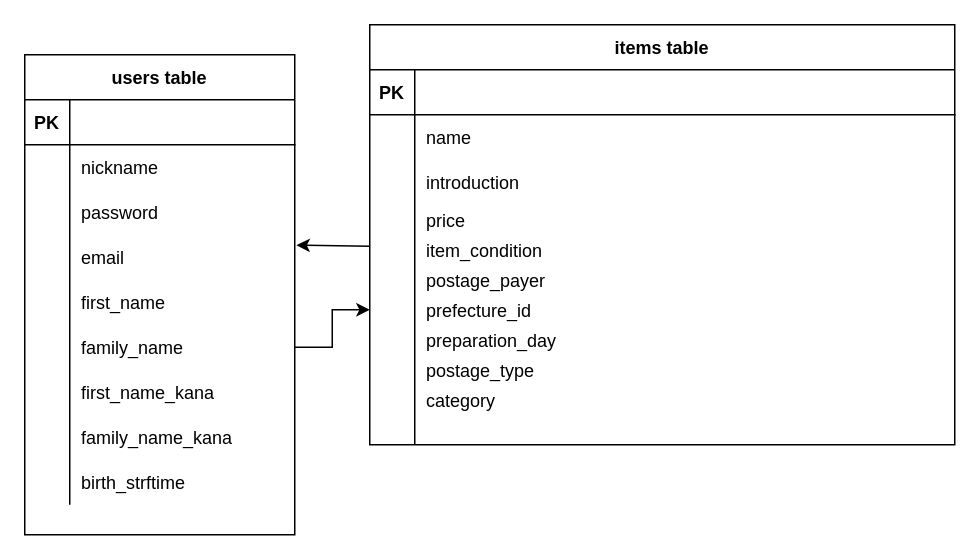
masayaono/furima-32136 keeps this draw.io diagram as table.dio. Above is the earlier version. Source tidied: cells renumbered, new cells numbered last; positions are measured from the earlier drawing's top-left corner, leaving out a move shared by most shapes. Both pictures are drawn from the tidied source at 150%, with x=0, y=0 at pixel (24, 24).
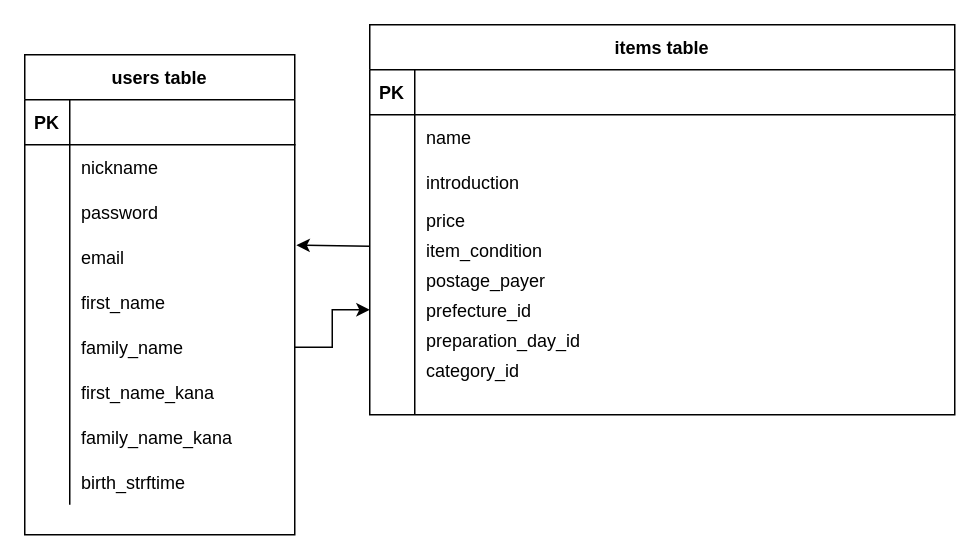
The same page after the edit.

The change refers to these unchanged cells:
```xml
<mxCell id="52" style="shape=partialRectangle;fillColor=none;top=0;left=0;bottom=0;right=0;" parent="30" vertex="1">
  <mxGeometry y="200" width="390" height="20" as="geometry" />
</mxCell>
```

Change to the diagram source:
```diff
@@
     <mxCell id="30" value="items table" style="shape=table;startSize=30;childLayout=tableLayout;rowLines=0;fontStyle=1;align=center;" parent="1" vertex="1">
-      <mxGeometry x="230" width="390" height="280" as="geometry" />
+      <mxGeometry x="230" width="390" height="260" as="geometry" />
     </mxCell>
@@
-    <mxCell id="54" value="preparation_day " style="shape=partialRectangle;fillColor=none;top=0;left=0;bottom=0;right=0;align=left;spacingLeft=6;overflow=hidden;" parent="52" vertex="1">
+    <mxCell id="54" value="preparation_day_id" style="shape=partialRectangle;fillColor=none;top=0;left=0;bottom=0;right=0;align=left;spacingLeft=6;overflow=hidden;" parent="52" vertex="1">
       <mxGeometry x="30" width="360" height="20" as="geometry" />
     </mxCell>
-    <mxCell id="55" style="shape=partialRectangle;fillColor=none;top=0;left=0;bottom=0;right=0;" parent="30" vertex="1">
-      <mxGeometry y="220" width="390" height="20" as="geometry" />
-    </mxCell>
-    <mxCell id="56" style="shape=partialRectangle;fillColor=none;top=0;left=0;bottom=0;right=0;overflow=hidden;" parent="55" vertex="1">
-      <mxGeometry width="30" height="20" as="geometry" />
-    </mxCell>
-    <mxCell id="57" value="postage_type" style="shape=partialRectangle;fillColor=none;top=0;left=0;bottom=0;right=0;align=left;spacingLeft=6;overflow=hidden;" parent="55" vertex="1">
-      <mxGeometry x="30" width="360" height="20" as="geometry" />
-    </mxCell>
     <mxCell id="58" style="shape=partialRectangle;fillColor=none;top=0;left=0;bottom=0;right=0;" parent="30" vertex="1">
-      <mxGeometry y="240" width="390" height="20" as="geometry" />
+      <mxGeometry y="220" width="390" height="20" as="geometry" />
     </mxCell>
@@
-    <mxCell id="60" value="category" style="shape=partialRectangle;fillColor=none;top=0;left=0;bottom=0;right=0;align=left;spacingLeft=6;overflow=hidden;" parent="58" vertex="1">
+    <mxCell id="60" value="category_id" style="shape=partialRectangle;fillColor=none;top=0;left=0;bottom=0;right=0;align=left;spacingLeft=6;overflow=hidden;" parent="58" vertex="1">
       <mxGeometry x="30" width="360" height="20" as="geometry" />
     </mxCell>
     <mxCell id="61" style="shape=partialRectangle;fillColor=none;top=0;left=0;bottom=0;right=0;" parent="30" vertex="1">
-      <mxGeometry y="260" width="390" height="20" as="geometry" />
+      <mxGeometry y="240" width="390" height="20" as="geometry" />
     </mxCell>
```
